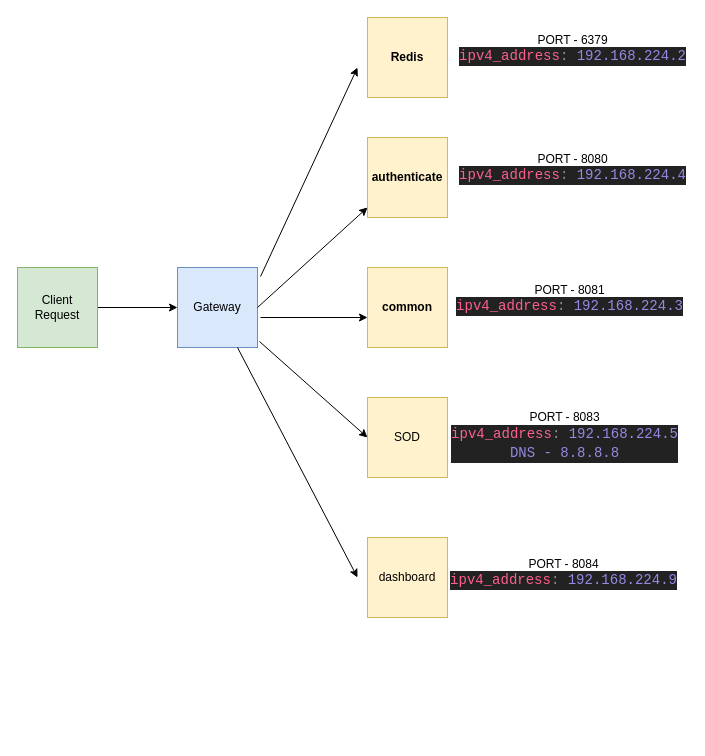
AvikM1996/draw.io keeps this draw.io diagram as Architechture.drawio. Above is the earlier version. Source tidied: cells renumbered, new cells numbered last; positions are measured from the earlier drawing's top-left corner, leaving out a move shared by most shapes. Both pictures are drawn from the tidied source at 100%, with x=0, y=0 at pixel (17, 17).
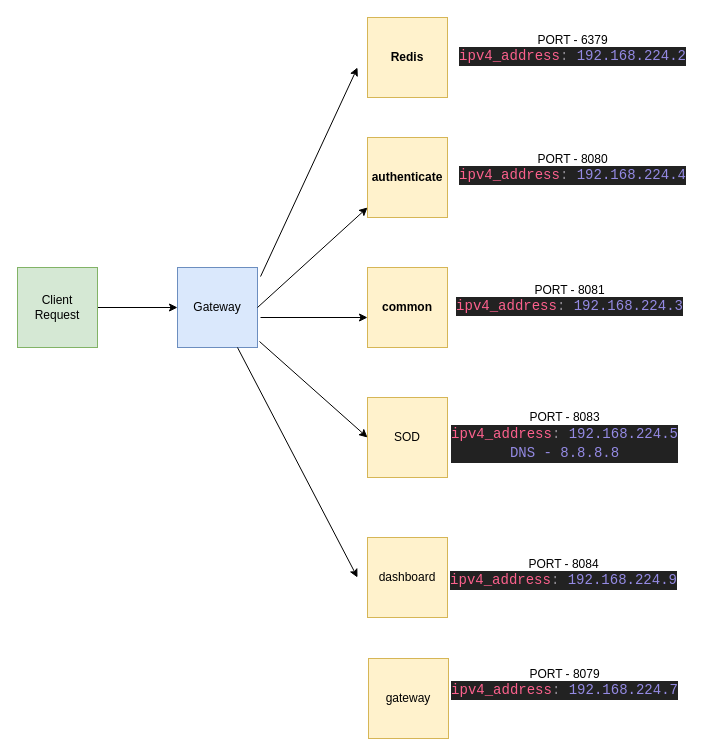
The same page after the edit.

The edit, as a diff of the source:
```diff
@@
+    <mxCell id="20" value="gateway" style="whiteSpace=wrap;html=1;fillColor=#fff2cc;strokeColor=#d6b656;" parent="1" vertex="1">
+      <mxGeometry x="351" y="641" width="80" height="80" as="geometry" />
+    </mxCell>
+    <mxCell id="21" value="PORT - 8079&lt;div&gt;&lt;div style=&quot;color: rgb(247, 241, 255); background-color: rgb(34, 34, 34); font-family: Consolas, &amp;quot;Courier New&amp;quot;, monospace; font-size: 14px; line-height: 19px; white-space-collapse: preserve;&quot;&gt;&lt;span style=&quot;color: rgb(252, 97, 141);&quot;&gt;ipv4_address&lt;/span&gt;&lt;span style=&quot;color: rgb(139, 136, 143);&quot;&gt;:&lt;/span&gt; &lt;span style=&quot;color: rgb(148, 138, 227);&quot;&gt;192.168.224.7&lt;/span&gt;&lt;/div&gt;&lt;/div&gt;" style="text;html=1;align=center;verticalAlign=middle;strokeColor=none;fillColor=none;" parent="1" vertex="1">
+      <mxGeometry x="432" y="641" width="230" height="50" as="geometry" />
+    </mxCell>
```
